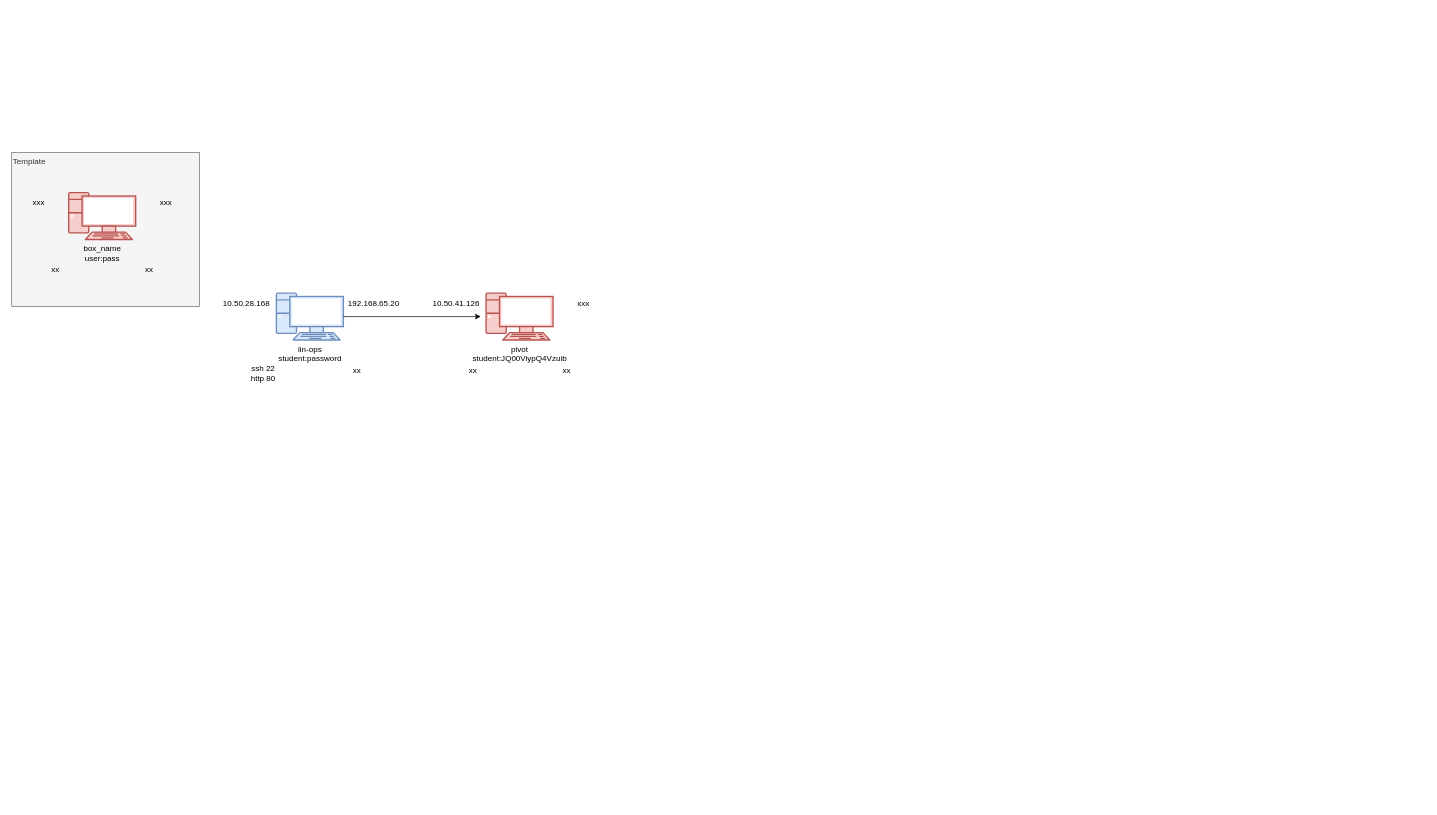
This is CCTC/SEC/Recon/Recon.drawio from wifi96h/new, a draw.io file, before an edit. Source tidied: cells renumbered, new cells numbered last; positions are measured from the earlier drawing's top-left corner, leaving out a move shared by most shapes. Both pictures are drawn from the tidied source at 67%, with x=0, y=0 at pixel (11, 152).
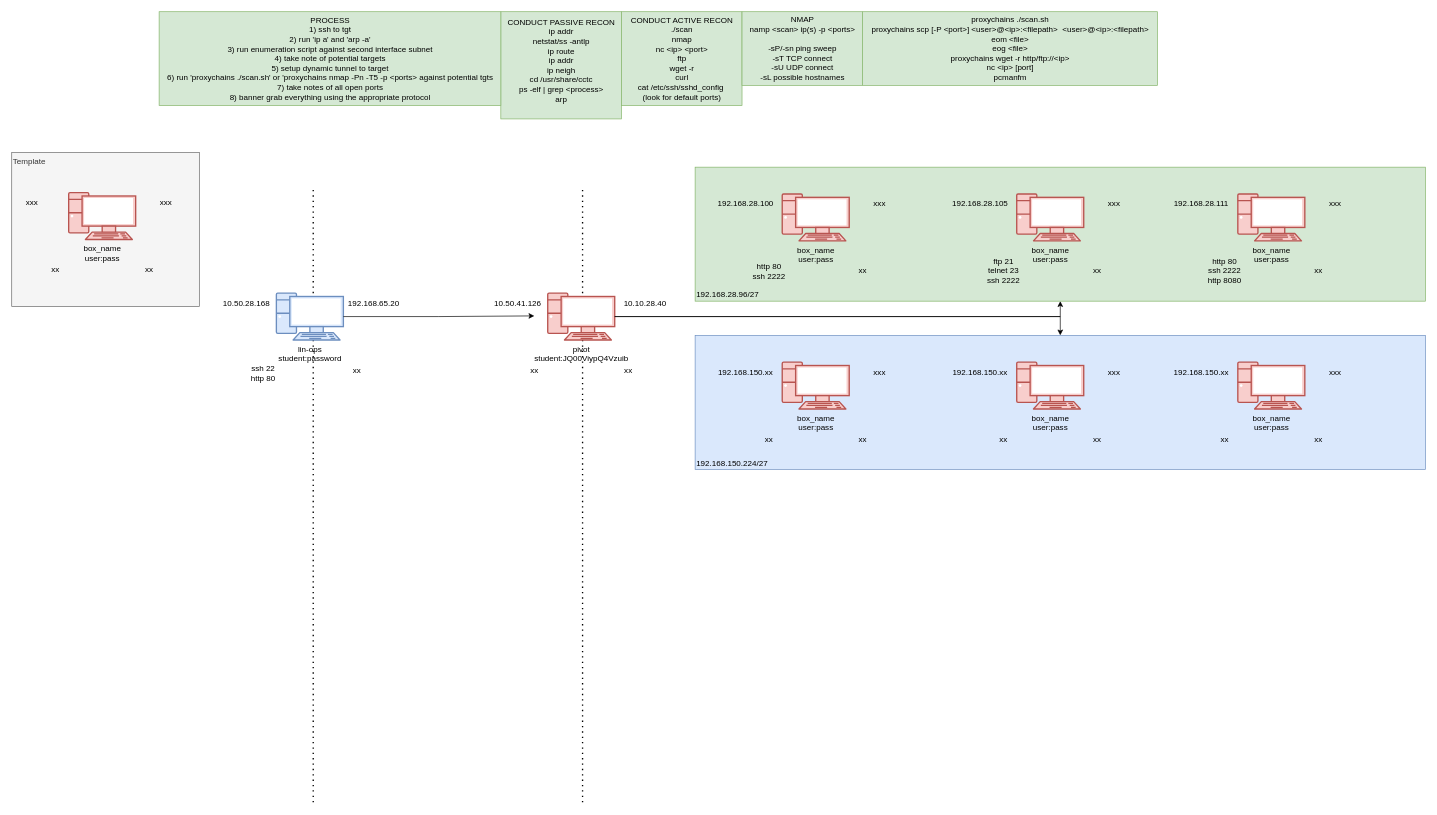
After the change.

The change refers to these unchanged cells:
```xml
<mxCell id="4" style="group;" parent="3" vertex="1">
  <mxGeometry y="20" width="225" height="130" as="geometry" />
</mxCell>
<mxCell id="12" value="lin-ops&lt;div&gt;student:password&lt;/div&gt;" style="verticalAlign=top;verticalLabelPosition=bottom;labelPosition=center;align=center;html=1;outlineConnect=0;fillColor=#dae8fc;strokeColor=#6c8ebf;gradientDirection=north;strokeWidth=2;shape=mxgraph.networks.pc;" parent="11" vertex="1">
  <mxGeometry x="35" width="100" height="70" as="geometry" />
</mxCell>
<mxCell id="18" style="group;" parent="17" vertex="1">
  <mxGeometry y="20" width="225" height="130" as="geometry" />
</mxCell>
<mxCell id="19" value="&lt;div&gt;pivot&lt;/div&gt;&lt;div&gt;student:JQ00ViypQ4Vzuib&lt;/div&gt;" style="verticalAlign=top;verticalLabelPosition=bottom;labelPosition=center;align=center;html=1;outlineConnect=0;fillColor=#f8cecc;strokeColor=#b85450;gradientDirection=north;strokeWidth=2;shape=mxgraph.networks.pc;" parent="18" vertex="1">
  <mxGeometry x="35" width="100" height="70" as="geometry" />
</mxCell>
```

What changed in the source:
```diff
@@
+    <mxCell id="25" value="192.168.28.96/27" style="whiteSpace=wrap;html=1;fillColor=#d5e8d4;strokeColor=#82b366;verticalAlign=bottom;align=left;" parent="1" vertex="1">
+      <mxGeometry x="1020" y="22" width="1090" height="200" as="geometry" />
+    </mxCell>
+    <mxCell id="26" style="endArrow=none;dashed=1;html=1;dashPattern=1 3;strokeWidth=2;rounded=0;" parent="1" edge="1">
+      <mxGeometry relative="1" as="geometry">
+        <mxPoint x="852" y="970" as="sourcePoint" />
+        <mxPoint x="852" y="50" as="targetPoint" />
+      </mxGeometry>
+    </mxCell>
+    <mxCell id="27" style="endArrow=none;dashed=1;html=1;dashPattern=1 3;strokeWidth=2;rounded=0;" parent="1" edge="1">
+      <mxGeometry relative="1" as="geometry">
+        <mxPoint x="450" y="970" as="sourcePoint" />
+        <mxPoint x="450" y="50" as="targetPoint" />
+      </mxGeometry>
+    </mxCell>
@@
-    <mxCell id="8" value="xxx" style="text;html=1;align=center;verticalAlign=middle;strokeColor=none;fillColor=none;" parent="4" vertex="1">
-      <mxGeometry x="-30" width="40" height="30" as="geometry" />
-    </mxCell>
@@
     <mxCell id="17" style="group;" parent="1" vertex="1">
-      <mxGeometry x="673" y="190" width="225" height="150" as="geometry" />
+      <mxGeometry x="765" y="190" width="225" height="150" as="geometry" />
     </mxCell>
@@
-    <mxCell id="21" value="xxx" style="text;html=1;align=center;verticalAlign=middle;strokeColor=none;fillColor=none;" parent="18" vertex="1">
-      <mxGeometry x="160" width="40" height="30" as="geometry" />
+    <mxCell id="21" value="10.10.28.40" style="text;html=1;align=center;verticalAlign=middle;strokeColor=none;fillColor=none;" parent="18" vertex="1">
+      <mxGeometry x="135" width="90" height="30" as="geometry" />
     </mxCell>
@@
     <mxCell id="24" style="edgeStyle=orthogonalEdgeStyle;rounded=0;jettySize=auto;html=1;exitX=1;exitY=0.5;exitDx=0;exitDy=0;exitPerimeter=0;" parent="1" edge="1" source="12">
       <mxGeometry relative="1" as="geometry">
-        <mxPoint x="700" y="245" as="targetPoint" />
+        <mxPoint x="780" y="244" as="targetPoint" />
       </mxGeometry>
     </mxCell>
+    <mxCell id="28" value="CONDUCT PASSIVE RECON&lt;div&gt;ip addr&lt;/div&gt;&lt;div&gt;netstat/ss -antlp&lt;/div&gt;&lt;div&gt;ip route&lt;/div&gt;&lt;div&gt;ip addr&lt;/div&gt;&lt;div&gt;ip neigh&lt;/div&gt;&lt;div&gt;cd /usr/share/cctc&lt;/div&gt;&lt;div&gt;ps -elf | grep &amp;lt;process&amp;gt;&lt;/div&gt;&lt;div&gt;arp&lt;/div&gt;&lt;div&gt;&lt;br&gt;&lt;/div&gt;" style="text;html=1;align=center;verticalAlign=middle;strokeColor=#82b366;fillColor=#d5e8d4;" parent="1" vertex="1">
+      <mxGeometry x="730" y="-210" width="180" height="160" as="geometry" />
+    </mxCell>
+    <mxCell id="29" value="&lt;div&gt;CONDUCT ACTIVE RECON&lt;/div&gt;&lt;div&gt;./scan&lt;/div&gt;&lt;div&gt;nmap&lt;/div&gt;&lt;div&gt;nc &amp;lt;ip&amp;gt; &amp;lt;port&amp;gt;&lt;/div&gt;&lt;div&gt;ftp&lt;/div&gt;&lt;div&gt;wget -r&lt;/div&gt;&lt;div&gt;curl&lt;/div&gt;&lt;div&gt;cat /etc/ssh/sshd_config&amp;nbsp;&lt;/div&gt;&lt;div&gt;(look for default ports)&lt;/div&gt;" style="text;html=1;align=center;verticalAlign=middle;strokeColor=#82b366;fillColor=#d5e8d4;" parent="1" vertex="1">
+      <mxGeometry x="910" y="-210" width="180" height="140" as="geometry" />
+    </mxCell>
+    <mxCell id="30" value="proxychains ./scan.sh&lt;div&gt;proxychains scp [-P &amp;lt;port&amp;gt;] &amp;lt;user&amp;gt;@&amp;lt;ip&amp;gt;:&amp;lt;filepath&amp;gt;&amp;nbsp; &amp;lt;user&amp;gt;@&amp;lt;ip&amp;gt;:&amp;lt;filepath&amp;gt;&lt;/div&gt;&lt;div&gt;eom &amp;lt;file&amp;gt;&lt;/div&gt;&lt;div&gt;eog &amp;lt;file&amp;gt;&lt;/div&gt;&lt;div&gt;proxychains wget -r http/ftp://&amp;lt;ip&amp;gt;&lt;/div&gt;&lt;div&gt;nc &amp;lt;ip&amp;gt; [port]&lt;/div&gt;&lt;div&gt;pcmanfm&lt;/div&gt;" style="text;html=1;align=center;verticalAlign=middle;strokeColor=#82b366;fillColor=#d5e8d4;" parent="1" vertex="1">
+      <mxGeometry x="1270" y="-210" width="440" height="110" as="geometry" />
+    </mxCell>
+    <mxCell id="31" value="&lt;div&gt;NMAP&lt;/div&gt;&lt;div&gt;namp &amp;lt;scan&amp;gt; ip(s) -p &amp;lt;ports&amp;gt;&lt;/div&gt;&lt;div&gt;&lt;br&gt;&lt;/div&gt;&lt;div&gt;&lt;span style=&quot;background-color: initial;&quot;&gt;-sP/-sn ping sweep&lt;/span&gt;&lt;br&gt;&lt;/div&gt;&lt;div&gt;-sT TCP connect&lt;/div&gt;&lt;div&gt;-sU UDP connect&lt;/div&gt;&lt;div&gt;-sL possible hostnames&lt;br&gt;&lt;/div&gt;" style="text;html=1;align=center;verticalAlign=middle;strokeColor=#82b366;fillColor=#d5e8d4;" parent="1" vertex="1">
+      <mxGeometry x="1090" y="-210" width="180" height="110" as="geometry" />
+    </mxCell>
+    <mxCell id="32" value="&lt;div&gt;PROCESS&lt;/div&gt;&lt;div&gt;1) ssh to tgt&lt;/div&gt;&lt;div&gt;2) run 'ip a' and 'arp -a'&lt;/div&gt;&lt;div&gt;3) run enumeration script against second interface subnet&lt;/div&gt;&lt;div&gt;4) take note of potential targets&lt;/div&gt;&lt;div&gt;5) setup dynamic tunnel to target&lt;/div&gt;&lt;div&gt;6) run 'proxychains ./scan.sh' or 'proxychains nmap -Pn -T5 -p &amp;lt;ports&amp;gt; against potential tgts&lt;/div&gt;&lt;div&gt;7) take notes of all open ports&lt;/div&gt;&lt;div&gt;8) banner grab everything using the appropriate protocol&lt;/div&gt;" style="text;html=1;align=center;verticalAlign=middle;strokeColor=#82b366;fillColor=#d5e8d4;" parent="1" vertex="1">
+      <mxGeometry x="220" y="-210" width="510" height="140" as="geometry" />
+    </mxCell>
+    <mxCell id="8" value="xxx" style="text;html=1;align=center;verticalAlign=middle;strokeColor=none;fillColor=none;" parent="1" vertex="1">
+      <mxGeometry x="10" y="60" width="40" height="30" as="geometry" />
+    </mxCell>
+    <mxCell id="33" style="group;" parent="1" vertex="1">
+      <mxGeometry x="1720" y="42" width="300" height="165" as="geometry" />
+    </mxCell>
+    <mxCell id="34" style="group;" parent="33" vertex="1">
+      <mxGeometry x="75" width="225" height="165" as="geometry" />
+    </mxCell>
+    <mxCell id="35" style="group;" parent="34" vertex="1">
+      <mxGeometry y="20" width="225" height="145" as="geometry" />
+    </mxCell>
+    <mxCell id="36" value="box_name&lt;div&gt;user:pass&lt;/div&gt;" style="verticalAlign=top;verticalLabelPosition=bottom;labelPosition=center;align=center;html=1;fillColor=#f8cecc;strokeColor=#b85450;gradientDirection=north;strokeWidth=2;shape=mxgraph.networks.pc;" parent="35" vertex="1">
+      <mxGeometry x="35" width="100" height="70" as="geometry" />
+    </mxCell>
+    <mxCell id="37" value="http 80&lt;div&gt;ssh 2222&lt;/div&gt;&lt;div&gt;http 8080&lt;/div&gt;" style="text;html=1;align=center;verticalAlign=middle;strokeColor=none;fillColor=none;" parent="35" vertex="1">
+      <mxGeometry x="-20" y="85" width="70" height="60" as="geometry" />
+    </mxCell>
+    <mxCell id="38" value="xxx" style="text;html=1;align=center;verticalAlign=middle;strokeColor=none;fillColor=none;" parent="35" vertex="1">
+      <mxGeometry x="160" width="40" height="30" as="geometry" />
+    </mxCell>
+    <mxCell id="39" value="xx" style="text;html=1;align=center;verticalAlign=middle;strokeColor=none;fillColor=none;" parent="35" vertex="1">
+      <mxGeometry x="135" y="100" width="40" height="30" as="geometry" />
+    </mxCell>
+    <mxCell id="40" value="192.168.28.111" style="text;html=1;align=center;verticalAlign=middle;strokeColor=none;fillColor=none;" parent="33" vertex="1">
+      <mxGeometry y="20" width="110" height="30" as="geometry" />
+    </mxCell>
+    <mxCell id="41" style="group;" parent="1" vertex="1">
+      <mxGeometry x="1390" y="42" width="300" height="165" as="geometry" />
+    </mxCell>
+    <mxCell id="42" style="group;" parent="41" vertex="1">
+      <mxGeometry x="75" width="225" height="165" as="geometry" />
+    </mxCell>
+    <mxCell id="43" style="group;" parent="42" vertex="1">
+      <mxGeometry y="20" width="225" height="145" as="geometry" />
+    </mxCell>
+    <mxCell id="44" value="box_name&lt;div&gt;user:pass&lt;/div&gt;" style="verticalAlign=top;verticalLabelPosition=bottom;labelPosition=center;align=center;html=1;fillColor=#f8cecc;strokeColor=#b85450;gradientDirection=north;strokeWidth=2;shape=mxgraph.networks.pc;" parent="43" vertex="1">
+      <mxGeometry x="35" width="100" height="70" as="geometry" />
+    </mxCell>
+    <mxCell id="45" value="ftp 21&lt;div&gt;telnet 23&lt;/div&gt;&lt;div&gt;ssh 2222&lt;/div&gt;" style="text;html=1;align=center;verticalAlign=middle;strokeColor=none;fillColor=none;" parent="43" vertex="1">
+      <mxGeometry x="-20" y="85" width="70" height="60" as="geometry" />
+    </mxCell>
+    <mxCell id="46" value="xxx" style="text;html=1;align=center;verticalAlign=middle;strokeColor=none;fillColor=none;" parent="43" vertex="1">
+      <mxGeometry x="160" width="40" height="30" as="geometry" />
+    </mxCell>
+    <mxCell id="47" value="xx" style="text;html=1;align=center;verticalAlign=middle;strokeColor=none;fillColor=none;" parent="43" vertex="1">
+      <mxGeometry x="135" y="100" width="40" height="30" as="geometry" />
+    </mxCell>
+    <mxCell id="48" value="192.168.28.105" style="text;html=1;align=center;verticalAlign=middle;strokeColor=none;fillColor=none;" parent="41" vertex="1">
+      <mxGeometry y="20" width="110" height="30" as="geometry" />
+    </mxCell>
+    <mxCell id="49" style="group;" parent="1" vertex="1">
+      <mxGeometry x="1040" y="42" width="300" height="155" as="geometry" />
+    </mxCell>
+    <mxCell id="50" style="group;" parent="49" vertex="1">
+      <mxGeometry x="75" width="225" height="155" as="geometry" />
+    </mxCell>
+    <mxCell id="51" style="group;" parent="50" vertex="1">
+      <mxGeometry y="20" width="225" height="135" as="geometry" />
+    </mxCell>
+    <mxCell id="52" value="box_name&lt;div&gt;user:pass&lt;/div&gt;" style="verticalAlign=top;verticalLabelPosition=bottom;labelPosition=center;align=center;html=1;fillColor=#f8cecc;strokeColor=#b85450;gradientDirection=north;strokeWidth=2;shape=mxgraph.networks.pc;" parent="51" vertex="1">
+      <mxGeometry x="35" width="100" height="70" as="geometry" />
+    </mxCell>
+    <mxCell id="53" value="http 80&lt;div&gt;ssh 2222&lt;/div&gt;" style="text;html=1;align=center;verticalAlign=middle;strokeColor=none;fillColor=none;" parent="51" vertex="1">
+      <mxGeometry x="-20" y="95" width="70" height="40" as="geometry" />
+    </mxCell>
+    <mxCell id="54" value="xxx" style="text;html=1;align=center;verticalAlign=middle;strokeColor=none;fillColor=none;" parent="51" vertex="1">
+      <mxGeometry x="160" width="40" height="30" as="geometry" />
+    </mxCell>
+    <mxCell id="55" value="xx" style="text;html=1;align=center;verticalAlign=middle;strokeColor=none;fillColor=none;" parent="51" vertex="1">
+      <mxGeometry x="135" y="100" width="40" height="30" as="geometry" />
+    </mxCell>
+    <mxCell id="56" value="192.168.28.100" style="text;html=1;align=center;verticalAlign=middle;strokeColor=none;fillColor=none;" parent="49" vertex="1">
+      <mxGeometry y="20" width="110" height="30" as="geometry" />
+    </mxCell>
+    <mxCell id="57" value="192.168.150.224/27" style="whiteSpace=wrap;html=1;fillColor=#dae8fc;strokeColor=#6c8ebf;align=left;verticalAlign=bottom;" parent="1" vertex="1">
+      <mxGeometry x="1020" y="273" width="1090" height="200" as="geometry" />
+    </mxCell>
+    <mxCell id="58" style="group;" parent="1" vertex="1">
+      <mxGeometry x="1720" y="293" width="300" height="150" as="geometry" />
+    </mxCell>
+    <mxCell id="59" style="group;" parent="58" vertex="1">
+      <mxGeometry x="75" width="225" height="150" as="geometry" />
+    </mxCell>
+    <mxCell id="60" style="group;" parent="59" vertex="1">
+      <mxGeometry y="20" width="225" height="130" as="geometry" />
+    </mxCell>
+    <mxCell id="61" value="box_name&lt;div&gt;user:pass&lt;/div&gt;" style="verticalAlign=top;verticalLabelPosition=bottom;labelPosition=center;align=center;html=1;fillColor=#f8cecc;strokeColor=#b85450;gradientDirection=north;strokeWidth=2;shape=mxgraph.networks.pc;" parent="60" vertex="1">
+      <mxGeometry x="35" width="100" height="70" as="geometry" />
+    </mxCell>
+    <mxCell id="62" value="xx" style="text;html=1;align=center;verticalAlign=middle;strokeColor=none;fillColor=none;" parent="60" vertex="1">
+      <mxGeometry x="-5" y="100" width="40" height="30" as="geometry" />
+    </mxCell>
+    <mxCell id="63" value="xxx" style="text;html=1;align=center;verticalAlign=middle;strokeColor=none;fillColor=none;" parent="60" vertex="1">
+      <mxGeometry x="160" width="40" height="30" as="geometry" />
+    </mxCell>
+    <mxCell id="64" value="xx" style="text;html=1;align=center;verticalAlign=middle;strokeColor=none;fillColor=none;" parent="60" vertex="1">
+      <mxGeometry x="135" y="100" width="40" height="30" as="geometry" />
+    </mxCell>
+    <mxCell id="65" value="192.168.150.xx" style="text;html=1;align=center;verticalAlign=middle;strokeColor=none;fillColor=none;" parent="58" vertex="1">
+      <mxGeometry y="20" width="110" height="30" as="geometry" />
+    </mxCell>
+    <mxCell id="66" style="group;" parent="1" vertex="1">
+      <mxGeometry x="1390" y="293" width="300" height="155" as="geometry" />
+    </mxCell>
+    <mxCell id="67" style="group;" parent="66" vertex="1">
+      <mxGeometry x="75" width="225" height="155" as="geometry" />
+    </mxCell>
+    <mxCell id="68" style="group;" parent="67" vertex="1">
+      <mxGeometry y="20" width="225" height="135" as="geometry" />
+    </mxCell>
+    <mxCell id="69" value="box_name&lt;div&gt;user:pass&lt;/div&gt;" style="verticalAlign=top;verticalLabelPosition=bottom;labelPosition=center;align=center;html=1;fillColor=#f8cecc;strokeColor=#b85450;gradientDirection=north;strokeWidth=2;shape=mxgraph.networks.pc;" parent="68" vertex="1">
+      <mxGeometry x="35" width="100" height="70" as="geometry" />
+    </mxCell>
+    <mxCell id="70" value="xx" style="text;html=1;align=center;verticalAlign=middle;strokeColor=none;fillColor=none;" parent="68" vertex="1">
+      <mxGeometry x="-5" y="100" width="40" height="30" as="geometry" />
+    </mxCell>
+    <mxCell id="71" value="xxx" style="text;html=1;align=center;verticalAlign=middle;strokeColor=none;fillColor=none;" parent="68" vertex="1">
+      <mxGeometry x="160" width="40" height="30" as="geometry" />
+    </mxCell>
+    <mxCell id="72" value="xx" style="text;html=1;align=center;verticalAlign=middle;strokeColor=none;fillColor=none;" parent="68" vertex="1">
+      <mxGeometry x="135" y="100" width="40" height="30" as="geometry" />
+    </mxCell>
+    <mxCell id="73" value="192.168.150.xx" style="text;html=1;align=center;verticalAlign=middle;strokeColor=none;fillColor=none;" parent="66" vertex="1">
+      <mxGeometry y="20" width="110" height="30" as="geometry" />
+    </mxCell>
+    <mxCell id="74" style="group;" parent="1" vertex="1">
+      <mxGeometry x="1040" y="293" width="300" height="150" as="geometry" />
+    </mxCell>
+    <mxCell id="75" style="group;" parent="74" vertex="1">
+      <mxGeometry x="75" width="225" height="150" as="geometry" />
+    </mxCell>
+    <mxCell id="76" style="group;" parent="75" vertex="1">
+      <mxGeometry y="20" width="225" height="130" as="geometry" />
+    </mxCell>
+    <mxCell id="77" value="box_name&lt;div&gt;user:pass&lt;/div&gt;" style="verticalAlign=top;verticalLabelPosition=bottom;labelPosition=center;align=center;html=1;fillColor=#f8cecc;strokeColor=#b85450;gradientDirection=north;strokeWidth=2;shape=mxgraph.networks.pc;" parent="76" vertex="1">
+      <mxGeometry x="35" width="100" height="70" as="geometry" />
+    </mxCell>
+    <mxCell id="78" value="xx" style="text;html=1;align=center;verticalAlign=middle;strokeColor=none;fillColor=none;" parent="76" vertex="1">
+      <mxGeometry x="-5" y="100" width="40" height="30" as="geometry" />
+    </mxCell>
+    <mxCell id="79" value="xxx" style="text;html=1;align=center;verticalAlign=middle;strokeColor=none;fillColor=none;" parent="76" vertex="1">
+      <mxGeometry x="160" width="40" height="30" as="geometry" />
+    </mxCell>
+    <mxCell id="80" value="xx" style="text;html=1;align=center;verticalAlign=middle;strokeColor=none;fillColor=none;" parent="76" vertex="1">
+      <mxGeometry x="135" y="100" width="40" height="30" as="geometry" />
+    </mxCell>
+    <mxCell id="81" value="192.168.150.xx" style="text;html=1;align=center;verticalAlign=middle;strokeColor=none;fillColor=none;" parent="74" vertex="1">
+      <mxGeometry y="20" width="110" height="30" as="geometry" />
+    </mxCell>
+    <mxCell id="82" style="edgeStyle=orthogonalEdgeStyle;rounded=0;jettySize=auto;html=1;exitX=1;exitY=0.5;exitDx=0;exitDy=0;exitPerimeter=0;entryX=0.5;entryY=1;entryDx=0;entryDy=0;" parent="1" edge="1" source="19" target="25">
+      <mxGeometry relative="1" as="geometry" />
+    </mxCell>
+    <mxCell id="83" style="edgeStyle=orthogonalEdgeStyle;rounded=0;jettySize=auto;html=1;exitX=1;exitY=0.5;exitDx=0;exitDy=0;exitPerimeter=0;entryX=0.5;entryY=0;entryDx=0;entryDy=0;" parent="1" edge="1" source="19" target="57">
+      <mxGeometry relative="1" as="geometry" />
+    </mxCell>
```
